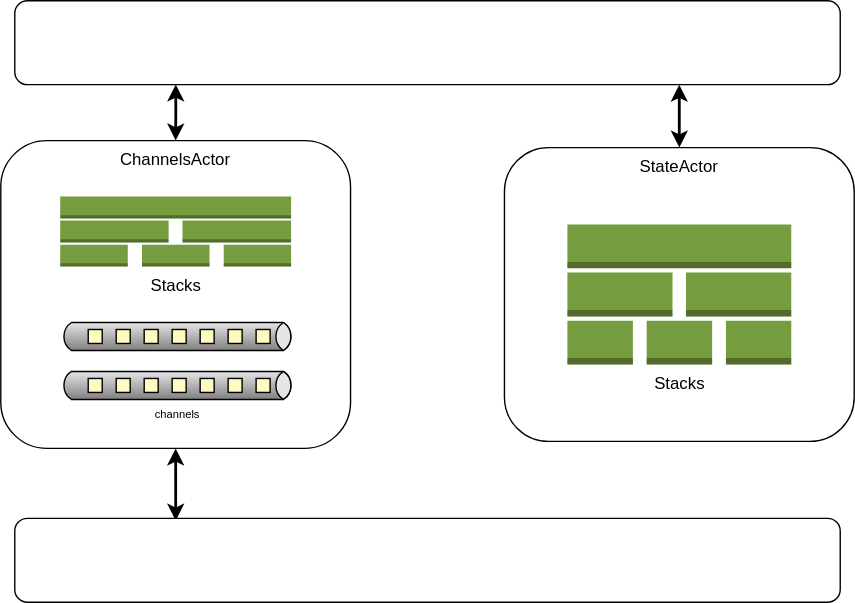
otavia-projects/otavia keeps this draw.io diagram as docs/_assets/images/two_types_actor.drawio.svg. Above is the earlier version. Source tidied: cells renumbered, new cells last; positions are measured from the earlier drawing's top-left corner, leaving out a move shared by most shapes. Source of this version:
```xml
<mxGraphModel>
  <root>
    <mxCell id="0" />
    <mxCell id="1" parent="0" />
    <mxCell id="2" value="StateActor" style="rounded=1;whiteSpace=wrap;html=1;verticalAlign=top;" parent="1" vertex="1">
      <mxGeometry x="360" y="105" width="250" height="210" as="geometry" />
    </mxCell>
    <mxCell id="3" style="edgeStyle=orthogonalEdgeStyle;rounded=0;jettySize=auto;html=1;entryX=0.195;entryY=0.028;entryDx=0;entryDy=0;entryPerimeter=0;strokeWidth=2;fontColor=#FFFFFF;startArrow=classic;startFill=1;" parent="1" edge="1" source="4" target="12">
      <mxGeometry relative="1" as="geometry" />
    </mxCell>
    <mxCell id="4" value="ChannelsActor" style="rounded=1;whiteSpace=wrap;html=1;verticalAlign=top;" parent="1" vertex="1">
      <mxGeometry y="100" width="250" height="220" as="geometry" />
    </mxCell>
    <mxCell id="5" style="strokeWidth=1;dashed=0;align=center;html=1;fontSize=8;shape=mxgraph.eip.dataChannel;verticalLabelPosition=bottom;labelBackgroundColor=#ffffff;verticalAlign=top;" parent="1" vertex="1">
      <mxGeometry x="42.5" y="230" width="167.5" height="20" as="geometry" />
    </mxCell>
    <mxCell id="6" value="Stacks" style="dashed=0;verticalLabelPosition=bottom;verticalAlign=top;align=center;html=1;shape=mxgraph.aws3.stack_aws_cloudformation;fillColor=#759C3E;gradientColor=none;" parent="1" vertex="1">
      <mxGeometry x="405" y="160" width="160" height="100" as="geometry" />
    </mxCell>
    <mxCell id="7" value="Stacks" style="dashed=0;verticalLabelPosition=bottom;verticalAlign=top;align=center;html=1;shape=mxgraph.aws3.stack_aws_cloudformation;fillColor=#759C3E;gradientColor=none;" parent="1" vertex="1">
      <mxGeometry x="42.5" y="140" width="165" height="50" as="geometry" />
    </mxCell>
    <mxCell id="8" value="&lt;font style=&quot;background-color: rgb(255, 255, 255);&quot; color=&quot;#000000&quot;&gt;channels&lt;/font&gt;" style="strokeWidth=1;dashed=0;align=center;html=1;fontSize=8;shape=mxgraph.eip.dataChannel;verticalLabelPosition=bottom;labelBackgroundColor=#ffffff;verticalAlign=top;" parent="1" vertex="1">
      <mxGeometry x="42.5" y="265" width="167.5" height="20" as="geometry" />
    </mxCell>
    <mxCell id="9" style="edgeStyle=orthogonalEdgeStyle;rounded=0;jettySize=auto;html=1;entryX=0.5;entryY=0;entryDx=0;entryDy=0;fontColor=#FFFFFF;exitX=0.195;exitY=0.997;exitDx=0;exitDy=0;exitPerimeter=0;strokeWidth=2;startArrow=classic;startFill=1;" parent="1" edge="1" source="11" target="4">
      <mxGeometry relative="1" as="geometry" />
    </mxCell>
    <mxCell id="10" style="edgeStyle=orthogonalEdgeStyle;rounded=0;jettySize=auto;html=1;entryX=0.5;entryY=0;entryDx=0;entryDy=0;fontColor=#FFFFFF;exitX=0.805;exitY=1;exitDx=0;exitDy=0;exitPerimeter=0;strokeWidth=2;startArrow=classic;startFill=1;" parent="1" edge="1" source="11" target="2">
      <mxGeometry relative="1" as="geometry" />
    </mxCell>
    <mxCell id="11" value="&lt;font color=&quot;#ffffff&quot;&gt;Timer&lt;/font&gt;" style="rounded=1;whiteSpace=wrap;html=1;labelBackgroundColor=none;fontColor=#000000;" parent="1" vertex="1">
      <mxGeometry x="10" width="590" height="60" as="geometry" />
    </mxCell>
    <mxCell id="12" value="&lt;font color=&quot;#ffffff&quot;&gt;Reactor&lt;/font&gt;" style="rounded=1;whiteSpace=wrap;html=1;labelBackgroundColor=none;fontColor=#000000;" parent="1" vertex="1">
      <mxGeometry x="10" y="370" width="590" height="60" as="geometry" />
    </mxCell>
  </root>
</mxGraphModel>
```
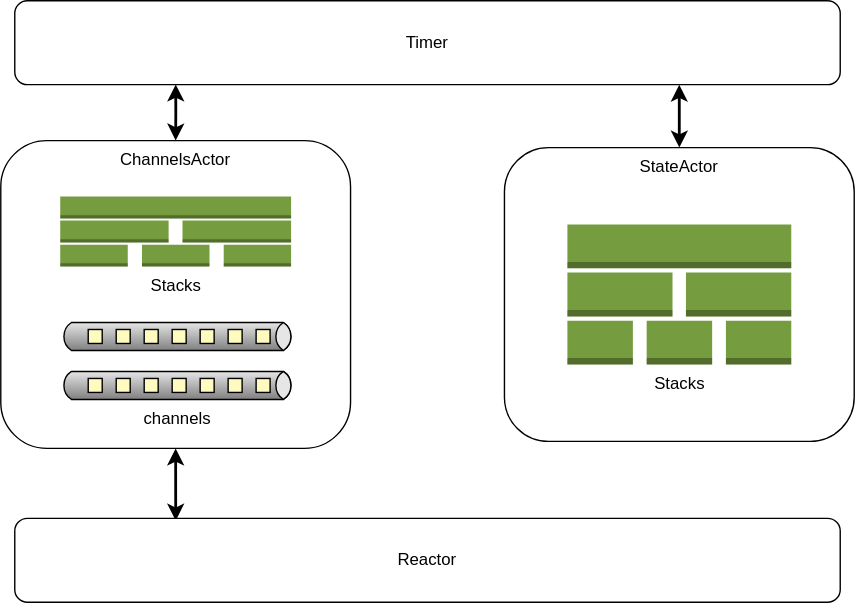
Later version of the same file.

The edit, as a diff of the source:
```diff
@@ -20,7 +20,7 @@
     <mxCell id="7" value="Stacks" style="dashed=0;verticalLabelPosition=bottom;verticalAlign=top;align=center;html=1;shape=mxgraph.aws3.stack_aws_cloudformation;fillColor=#759C3E;gradientColor=none;" parent="1" vertex="1">
       <mxGeometry x="42.5" y="140" width="165" height="50" as="geometry" />
     </mxCell>
-    <mxCell id="8" value="&lt;font style=&quot;background-color: rgb(255, 255, 255);&quot; color=&quot;#000000&quot;&gt;channels&lt;/font&gt;" style="strokeWidth=1;dashed=0;align=center;html=1;fontSize=8;shape=mxgraph.eip.dataChannel;verticalLabelPosition=bottom;labelBackgroundColor=#ffffff;verticalAlign=top;" parent="1" vertex="1">
+    <mxCell id="8" value="&lt;font style=&quot;background-color: rgb(255, 255, 255); font-size: 12px;&quot; color=&quot;#000000&quot;&gt;channels&lt;/font&gt;" style="strokeWidth=1;dashed=0;align=center;html=1;fontSize=8;shape=mxgraph.eip.dataChannel;verticalLabelPosition=bottom;labelBackgroundColor=#ffffff;verticalAlign=top;" parent="1" vertex="1">
       <mxGeometry x="42.5" y="265" width="167.5" height="20" as="geometry" />
     </mxCell>
     <mxCell id="9" style="edgeStyle=orthogonalEdgeStyle;rounded=0;jettySize=auto;html=1;entryX=0.5;entryY=0;entryDx=0;entryDy=0;fontColor=#FFFFFF;exitX=0.195;exitY=0.997;exitDx=0;exitDy=0;exitPerimeter=0;strokeWidth=2;startArrow=classic;startFill=1;" parent="1" edge="1" source="11" target="4">
@@ -29,10 +29,10 @@
     <mxCell id="10" style="edgeStyle=orthogonalEdgeStyle;rounded=0;jettySize=auto;html=1;entryX=0.5;entryY=0;entryDx=0;entryDy=0;fontColor=#FFFFFF;exitX=0.805;exitY=1;exitDx=0;exitDy=0;exitPerimeter=0;strokeWidth=2;startArrow=classic;startFill=1;" parent="1" edge="1" source="11" target="2">
       <mxGeometry relative="1" as="geometry" />
     </mxCell>
-    <mxCell id="11" value="&lt;font color=&quot;#ffffff&quot;&gt;Timer&lt;/font&gt;" style="rounded=1;whiteSpace=wrap;html=1;labelBackgroundColor=none;fontColor=#000000;" parent="1" vertex="1">
+    <mxCell id="11" value="Timer" style="rounded=1;whiteSpace=wrap;html=1;labelBackgroundColor=none;fontColor=#000000;" parent="1" vertex="1">
       <mxGeometry x="10" width="590" height="60" as="geometry" />
     </mxCell>
-    <mxCell id="12" value="&lt;font color=&quot;#ffffff&quot;&gt;Reactor&lt;/font&gt;" style="rounded=1;whiteSpace=wrap;html=1;labelBackgroundColor=none;fontColor=#000000;" parent="1" vertex="1">
+    <mxCell id="12" value="Reactor" style="rounded=1;whiteSpace=wrap;html=1;labelBackgroundColor=none;fontColor=#000000;" parent="1" vertex="1">
       <mxGeometry x="10" y="370" width="590" height="60" as="geometry" />
     </mxCell>
   </root>
```
